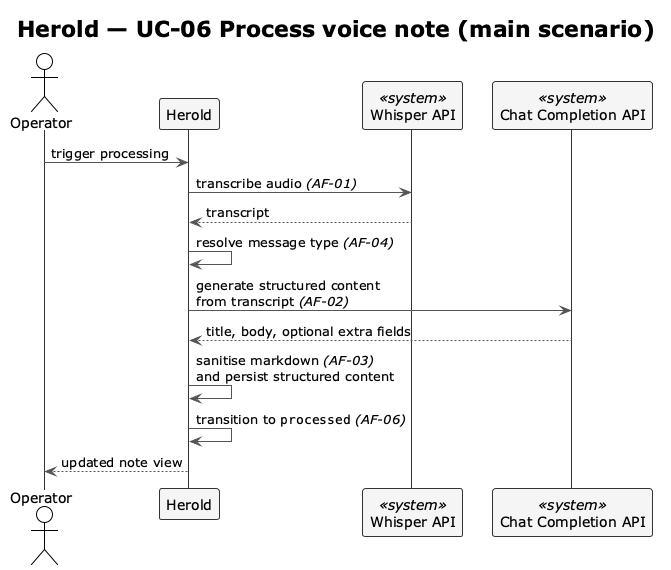
This is docs/spec/diagrams-png/f2-uc06-process-note.png from carstenlucke/herold, a PlantUML export, as it was before one commit.
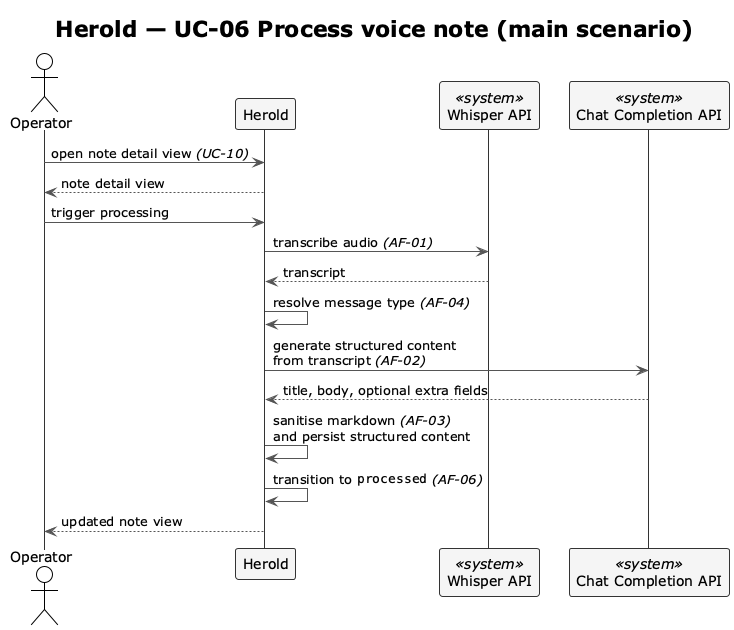
After the change.

Commit message:
docs(spec): start UC-06 and UC-08 main scenarios at the detail view

Mirror UC-07 and UC-11 by making the detail-view entry an explicit
first step in UC-06 and UC-08 instead of relying on the F2.2 extend
note alone. A reader can now follow each note-flow use case end to
end without cross-referencing the section header. Update the UC-06
sequence diagram so it depicts the same opening exchange.

The edit, as a diff of the source:
```diff
@@ -15,6 +15,9 @@
 participant "Whisper API"          as WHISPER <<system>>
 participant "Chat Completion API"  as CHAT    <<system>>
 
+OP  ->  SYS     : open note detail view //(UC-10)//
+SYS --> OP      : note detail view
+
 OP  ->  SYS     : trigger processing
 SYS ->  WHISPER : transcribe audio //(AF-01)//
 WHISPER --> SYS : transcript
```
